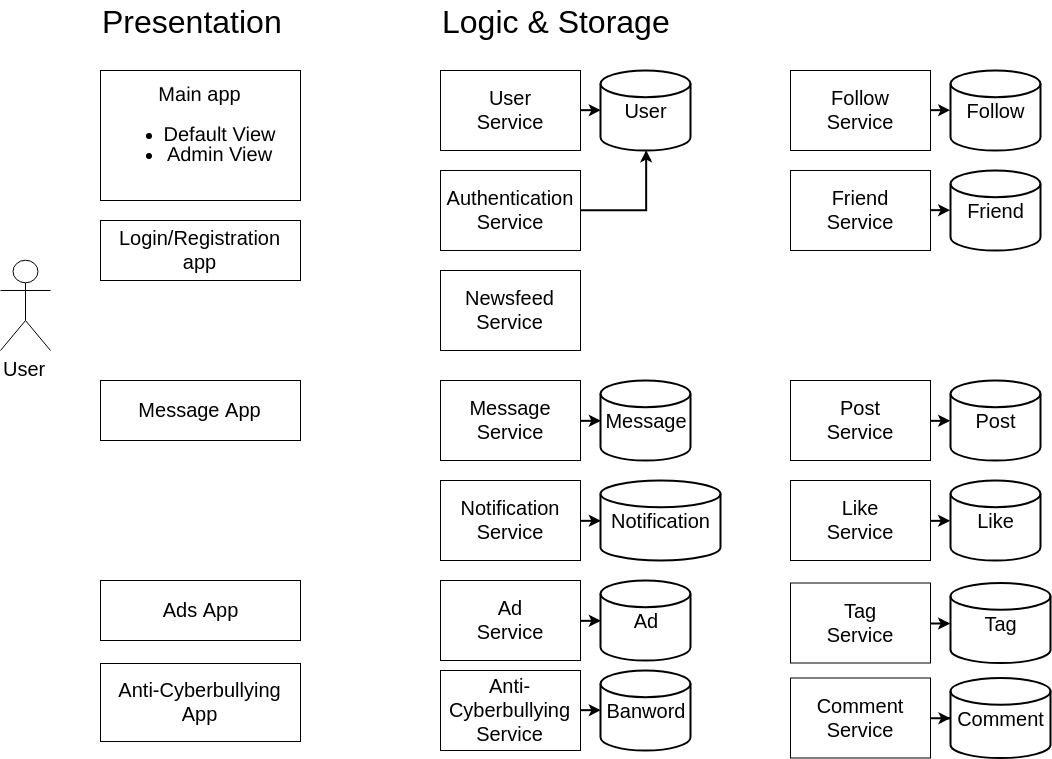
Above: Asssignment 1/DC.png in ZhongXiLu/DistributedComputing (draw.io), before the change. Source tidied: cells renumbered, new cells last; positions are measured from the earlier drawing's top-left corner, leaving out a move shared by most shapes.
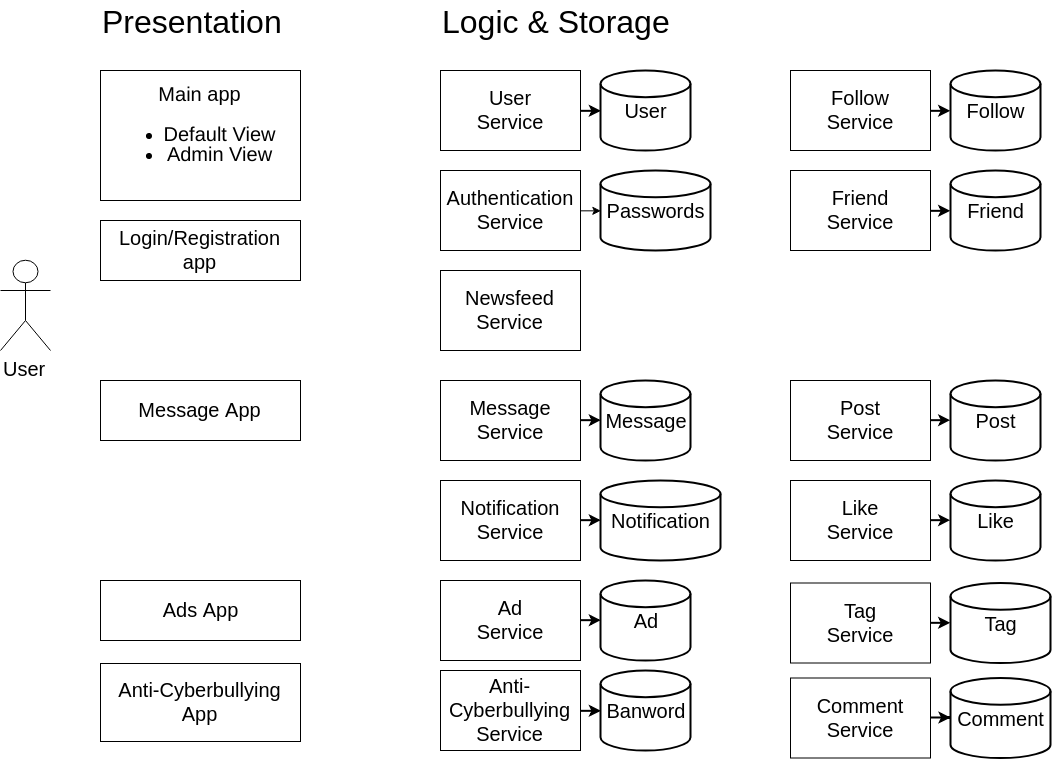
After the commit.

Diff of the diagram source:
```diff
@@ -5,18 +5,6 @@
     <mxCell id="2" value="&lt;font style=&quot;font-size: 20px&quot;&gt;User&lt;/font&gt;" style="shape=umlActor;verticalLabelPosition=bottom;labelBackgroundColor=#ffffff;verticalAlign=top;html=1;" parent="1" vertex="1">
       <mxGeometry y="260" width="50" height="90" as="geometry" />
     </mxCell>
-    <mxCell id="3" style="group;" parent="1" vertex="1">
-      <mxGeometry x="440" y="70" width="250" height="80" as="geometry" />
-    </mxCell>
-    <mxCell id="4" style="edgeStyle=orthogonalEdgeStyle;rounded=0;jettySize=auto;html=1;exitX=1;exitY=0.5;exitDx=0;exitDy=0;entryX=0;entryY=0.5;entryDx=0;entryDy=0;entryPerimeter=0;strokeWidth=2;" parent="3" edge="1" source="5" target="6">
-      <mxGeometry relative="1" as="geometry" />
-    </mxCell>
-    <mxCell id="5" value="&lt;font style=&quot;font-size: 20px&quot;&gt;User&lt;br&gt;Service&lt;/font&gt;&lt;br&gt;" style="rounded=0;whiteSpace=wrap;html=1;" parent="3" vertex="1">
-      <mxGeometry width="140" height="80" as="geometry" />
-    </mxCell>
-    <mxCell id="6" value="&lt;font style=&quot;font-size: 20px&quot;&gt;User&lt;/font&gt;" style="strokeWidth=2;html=1;shape=mxgraph.flowchart.database;whiteSpace=wrap;" parent="3" vertex="1">
-      <mxGeometry x="160" width="90" height="80" as="geometry" />
-    </mxCell>
     <mxCell id="7" style="group;" parent="1" vertex="1">
       <mxGeometry x="790" y="380" width="250" height="80" as="geometry" />
     </mxCell>
@@ -80,9 +68,9 @@
     <mxCell id="27" value="&lt;font style=&quot;font-size: 20px&quot;&gt;Tag&lt;/font&gt;" style="strokeWidth=2;html=1;shape=mxgraph.flowchart.database;whiteSpace=wrap;" parent="25" vertex="1">
       <mxGeometry x="160" width="100" height="80" as="geometry" />
     </mxCell>
-    <mxCell id="28" style="edgeStyle=orthogonalEdgeStyle;rounded=0;jettySize=auto;html=1;exitX=1;exitY=0.5;exitDx=0;exitDy=0;entryX=0.5;entryY=1;entryDx=0;entryDy=0;entryPerimeter=0;strokeWidth=2;" parent="1" edge="1" source="29" target="6">
-      <mxGeometry relative="1" as="geometry" />
-    </mxCell>
+    <mxCell id="58" style="edgeStyle=orthogonalEdgeStyle;rounded=0;jettySize=auto;html=1;exitX=1;exitY=0.5;exitDx=0;exitDy=0;entryX=0;entryY=0.5;entryDx=0;entryDy=0;entryPerimeter=0;" parent="1" edge="1" source="29" target="59">
+      <mxGeometry relative="1" as="geometry" />
+    </mxCell>
     <mxCell id="29" value="&lt;font style=&quot;font-size: 20px&quot;&gt;Authentication&lt;br&gt;Service&lt;/font&gt;&lt;br&gt;" style="rounded=0;whiteSpace=wrap;html=1;" parent="1" vertex="1">
       <mxGeometry x="440" y="170" width="140" height="80" as="geometry" />
     </mxCell>
@@ -176,5 +164,17 @@
     <mxCell id="57" value="&lt;font style=&quot;font-size: 20px&quot;&gt;Newsfeed&lt;br&gt;Service&lt;/font&gt;&lt;br&gt;" style="rounded=0;whiteSpace=wrap;html=1;" parent="56" vertex="1">
       <mxGeometry width="140" height="80" as="geometry" />
     </mxCell>
+    <mxCell id="4" style="edgeStyle=orthogonalEdgeStyle;rounded=0;jettySize=auto;html=1;exitX=1;exitY=0.5;exitDx=0;exitDy=0;entryX=0;entryY=0.5;entryDx=0;entryDy=0;entryPerimeter=0;strokeWidth=2;" parent="1" edge="1" source="5" target="6">
+      <mxGeometry relative="1" as="geometry" />
+    </mxCell>
+    <mxCell id="5" value="&lt;font style=&quot;font-size: 20px&quot;&gt;User&lt;br&gt;Service&lt;/font&gt;&lt;br&gt;" style="rounded=0;whiteSpace=wrap;html=1;" parent="1" vertex="1">
+      <mxGeometry x="440" y="70" width="140" height="80" as="geometry" />
+    </mxCell>
+    <mxCell id="6" value="&lt;font style=&quot;font-size: 20px&quot;&gt;User&lt;/font&gt;" style="strokeWidth=2;html=1;shape=mxgraph.flowchart.database;whiteSpace=wrap;" parent="1" vertex="1">
+      <mxGeometry x="600" y="70" width="90" height="80" as="geometry" />
+    </mxCell>
+    <mxCell id="59" value="&lt;font style=&quot;font-size: 20px&quot;&gt;Passwords&lt;/font&gt;" style="strokeWidth=2;html=1;shape=mxgraph.flowchart.database;whiteSpace=wrap;" parent="1" vertex="1">
+      <mxGeometry x="600" y="170" width="110" height="80" as="geometry" />
+    </mxCell>
   </root>
 </mxGraphModel>
```
